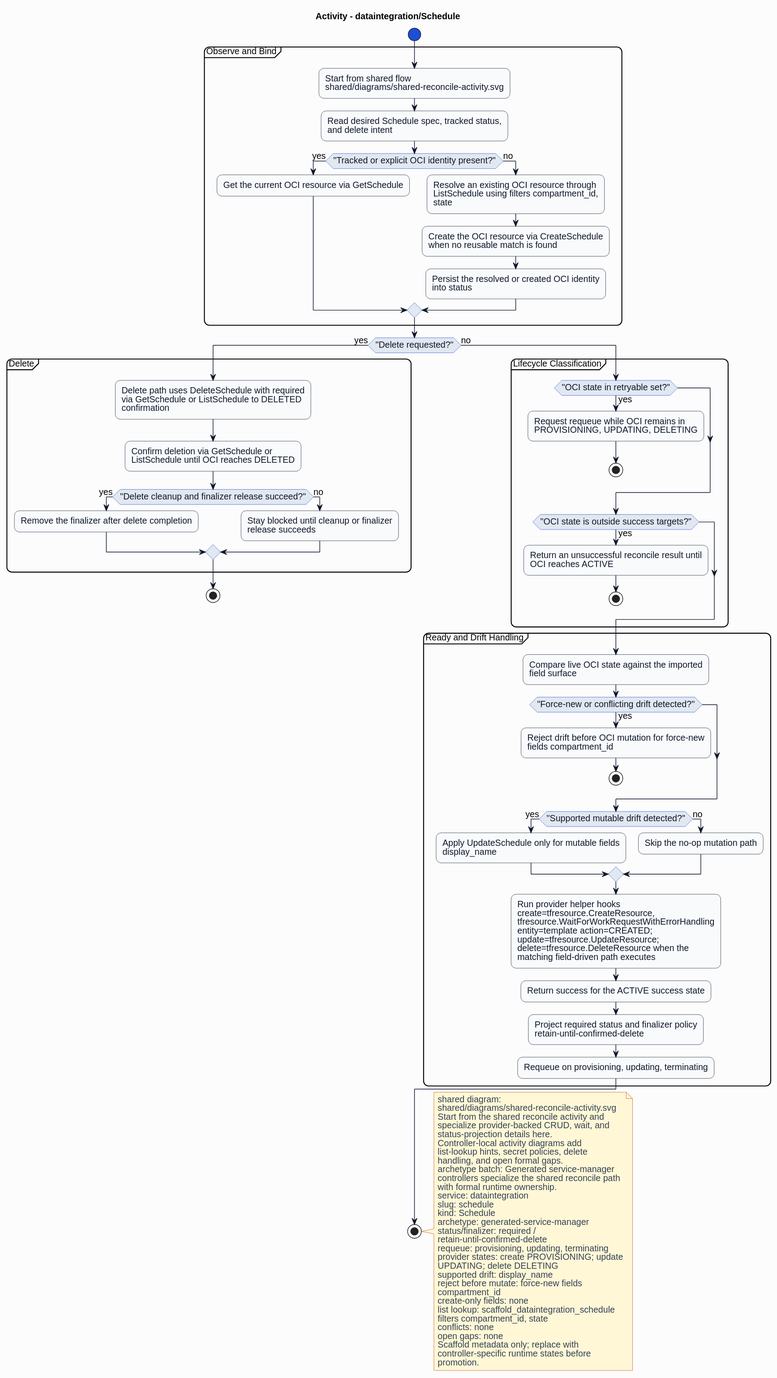
Above: formal/controllers/dataintegration/schedule/diagrams/activity.svg in HaoyL666/oci-service-operator (PlantUML), before the change.
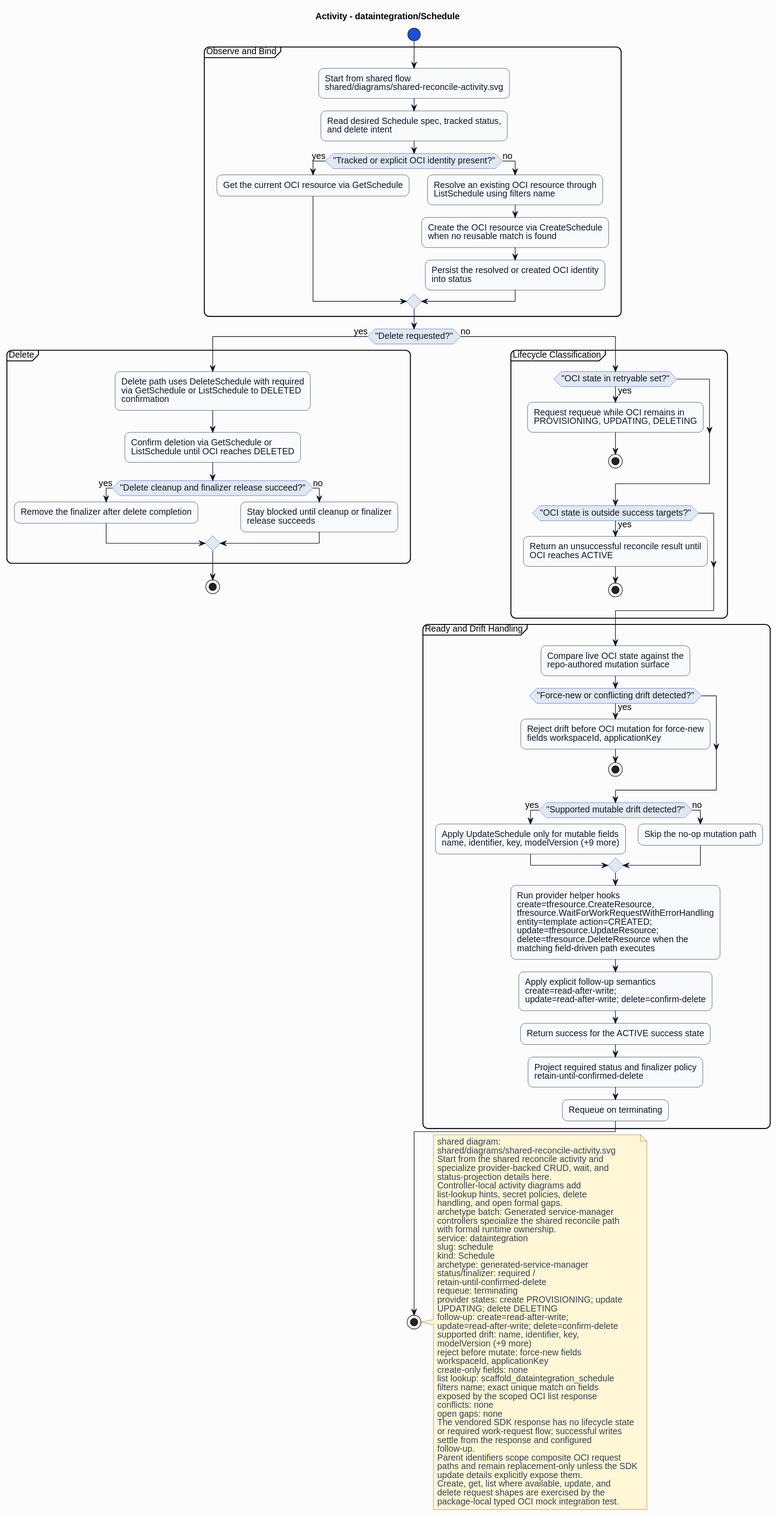
After the commit.

What changed in the source:
```diff
@@ -27,7 +27,7 @@
 if ("Tracked or explicit OCI identity present?") then (yes)
 :Get the current OCI resource via GetSchedule;
 else (no)
-:Resolve an existing OCI resource through\nListSchedule using filters compartment_id,\nstate;
+:Resolve an existing OCI resource through\nListSchedule using filters name;
 :Create the OCI resource via CreateSchedule\nwhen no reusable match is found;
 :Persist the resolved or created OCI identity\ninto status;
 endif
@@ -55,20 +55,21 @@
 endif
 }
 partition "Ready and Drift Handling" {
-:Compare live OCI state against the imported\nfield surface;
+:Compare live OCI state against the\nrepo-authored mutation surface;
 if ("Force-new or conflicting drift detected?") then (yes)
-:Reject drift before OCI mutation for force-new\nfields compartment_id;
+:Reject drift before OCI mutation for force-new\nfields workspaceId, applicationKey;
 stop
 endif
 if ("Supported mutable drift detected?") then (yes)
-:Apply UpdateSchedule only for mutable fields\ndisplay_name;
+:Apply UpdateSchedule only for mutable fields\nname, identifier, key, modelVersion (+9 more);
 else (no)
 :Skip the no-op mutation path;
 endif
 :Run provider helper hooks\ncreate=tfresource.CreateResource,\ntfresource.WaitForWorkRequestWithErrorHandling\nentity=template action=CREATED;\nupdate=tfresource.UpdateResource;\ndelete=tfresource.DeleteResource when the\nmatching field-driven path executes;
+:Apply explicit follow-up semantics\ncreate=read-after-write;\nupdate=read-after-write; delete=confirm-delete;
 :Return success for the ACTIVE success state;
 :Project required status and finalizer policy\nretain-until-confirmed-delete;
-:Requeue on provisioning, updating, terminating;
+:Requeue on terminating;
 }
 endif
 stop
@@ -90,19 +91,30 @@
 archetype: generated-service-manager
 status/finalizer: required /
 retain-until-confirmed-delete
-requeue: provisioning, updating, terminating
+requeue: terminating
 provider states: create PROVISIONING; update
 UPDATING; delete DELETING
-supported drift: display_name
+follow-up: create=read-after-write;
+update=read-after-write; delete=confirm-delete
+supported drift: name, identifier, key,
+modelVersion (+9 more)
 reject before mutate: force-new fields
-compartment_id
+workspaceId, applicationKey
 create-only fields: none
 list lookup: scaffold_dataintegration_schedule
-filters compartment_id, state
+filters name; exact unique match on fields
+exposed by the scoped OCI list response
 conflicts: none
 open gaps: none
-Scaffold metadata only; replace with
-controller-specific runtime states before
-promotion.
+The vendored SDK response has no lifecycle state
+or required work-request flow; successful writes
+settle from the response and configured
+follow-up.
+Parent identifiers scope composite OCI request
+paths and remain replacement-only unless the SDK
+update details explicitly expose them.
+Create, get, list where available, update, and
+delete request shapes are exercised by the
+package-local typed OCI mock integration test.
 end note
 @enduml
```
